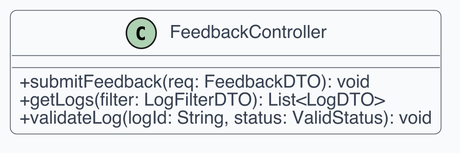
Earlier version of the PlantUML export src/PB/Documentazione Esterna/Contenuti/componenti_specifiche_tecniche/assets/uml_backend/06_feedbackcontroller.png (swenightpro/Documentazione).
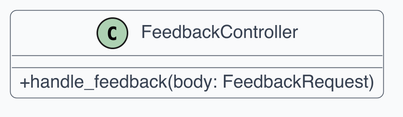
The same file after the commit.

What changed in the source:
```diff
@@ -15,9 +15,8 @@
   StereotypeFontColor #6B7280
 }
 skinparam classAttributeIconSize 0
-class FeedbackController {
-  +submitFeedback(req: FeedbackDTO): void
-  +getLogs(filter: LogFilterDTO): List<LogDTO>
-  +validateLog(logId: String, status: ValidStatus): void
+
+class "FeedbackController" as C1 {
+  + handle_feedback(body: FeedbackRequest)
 }
 @enduml
```
